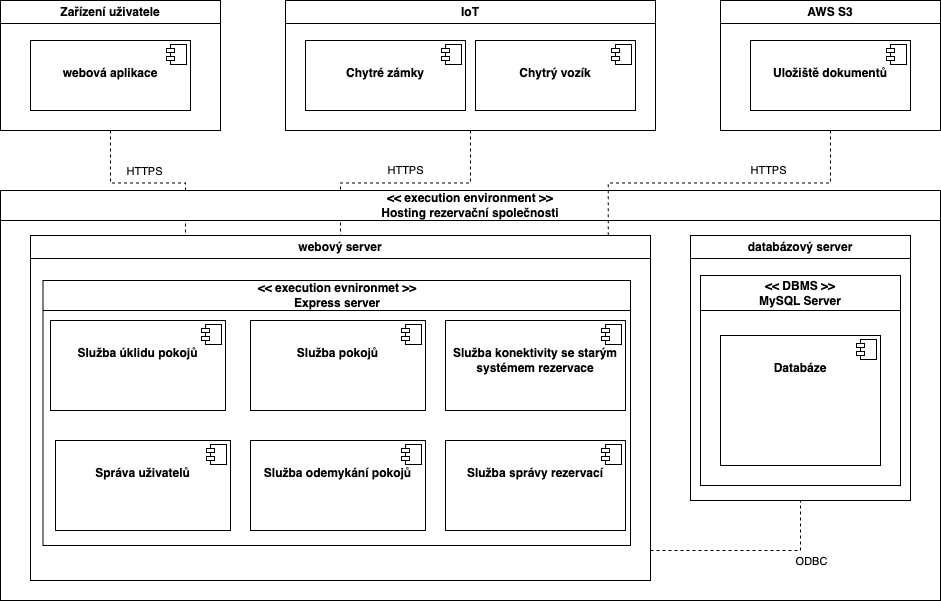
Above: documents/architectures/SOA/assets/deployment_diagram.png in strbavaclav/4IT575-SP (draw.io), before the change. Source tidied: cells renumbered, new cells last; positions are measured from the earlier drawing's top-left corner, leaving out a move shared by most shapes.
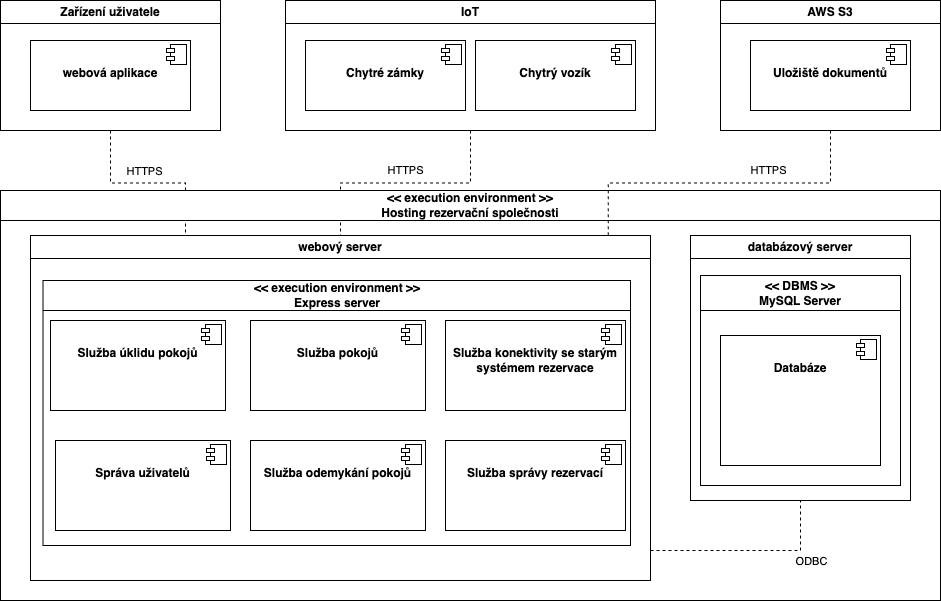
After the commit.

Diff of the diagram source:
```diff
@@ -126,7 +126,7 @@
         <mxPoint x="-24" y="4" as="offset" />
       </mxGeometry>
     </mxCell>
-    <mxCell id="33" value="&amp;lt;&amp;lt; execution evnironmet &amp;gt;&amp;gt;&lt;br&gt;Express server" style="swimlane;whiteSpace=wrap;html=1;startSize=30;" parent="20" vertex="1">
+    <mxCell id="33" value="&amp;lt;&amp;lt; execution environment &amp;gt;&amp;gt;&lt;br&gt;Express server" style="swimlane;whiteSpace=wrap;html=1;startSize=30;" parent="20" vertex="1">
       <mxGeometry x="12.5" y="45" width="587.5" height="265" as="geometry" />
     </mxCell>
     <mxCell id="34" value="databázový server" style="swimlane;whiteSpace=wrap;html=1;" parent="17" vertex="1">
```
